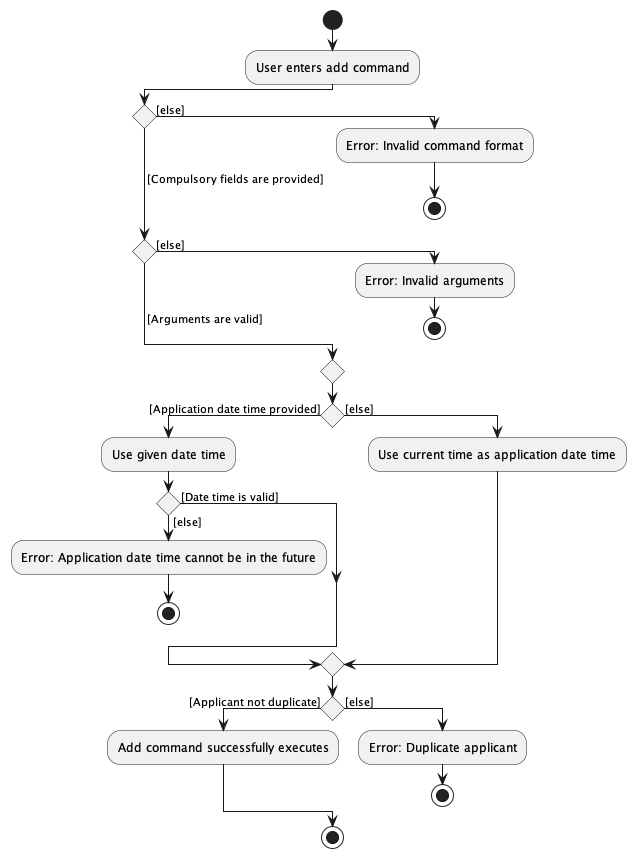
nus-cs2103-AY2223S2/tp keeps this PlantUML diagram as docs/images/AddApplicantActivityDiagram.png. Above is the earlier version.
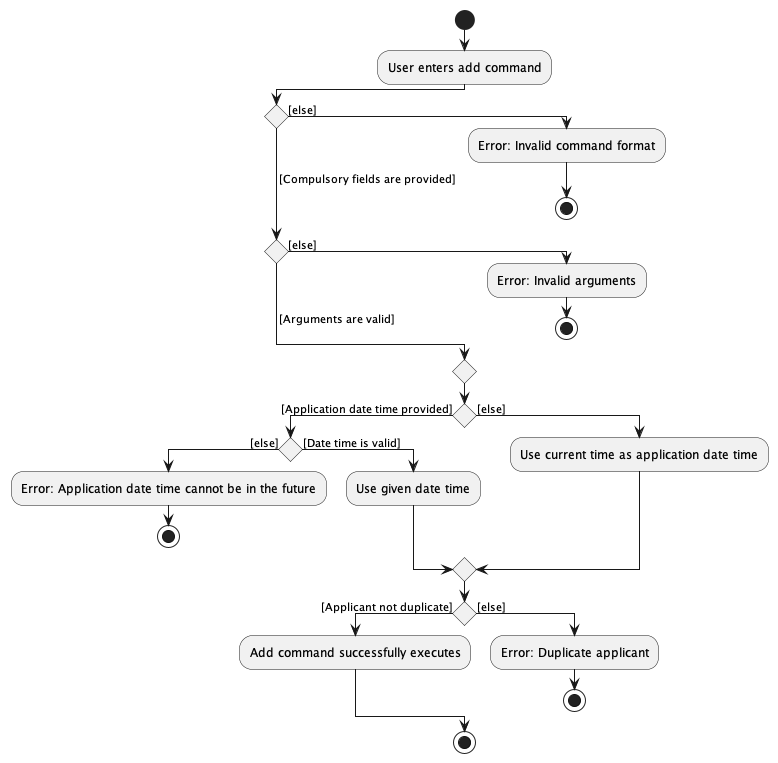
After the commit.

What changed in the source:
```diff
@@ -11,11 +11,12 @@
 else ( [Arguments are valid])
 endif
 if () is ([Application date time provided]) then
-:Use given date time;
+
 if () then ([else])
 :Error: Application date time cannot be in the future;
 stop
 else ([Date time is valid])
+:Use given date time;
 endif
 else ([else])
 :Use current time as application date time;
```
